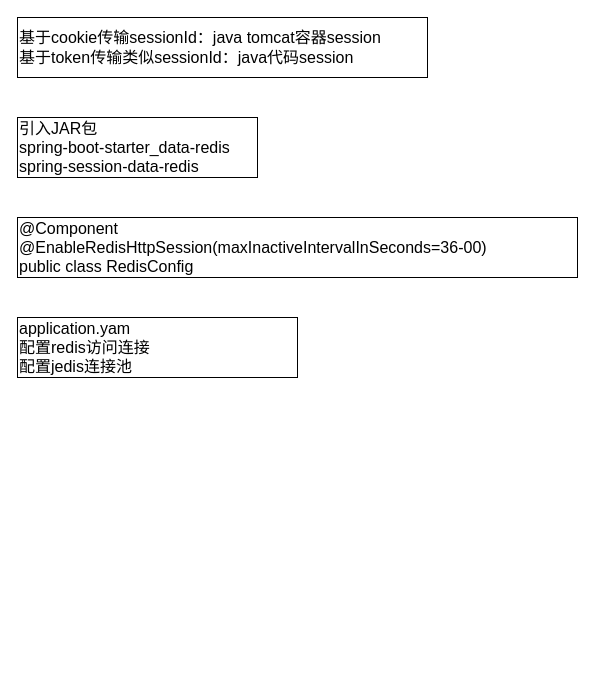
This is 分布式会话.drawio from buff0000/draw.io, a draw.io file, before an edit. Source tidied: cells renumbered, new cells numbered last; positions are measured from the earlier drawing's top-left corner, leaving out a move shared by most shapes. Both pictures are drawn from the tidied source at 100%, with x=0, y=0 at pixel (17, 17).
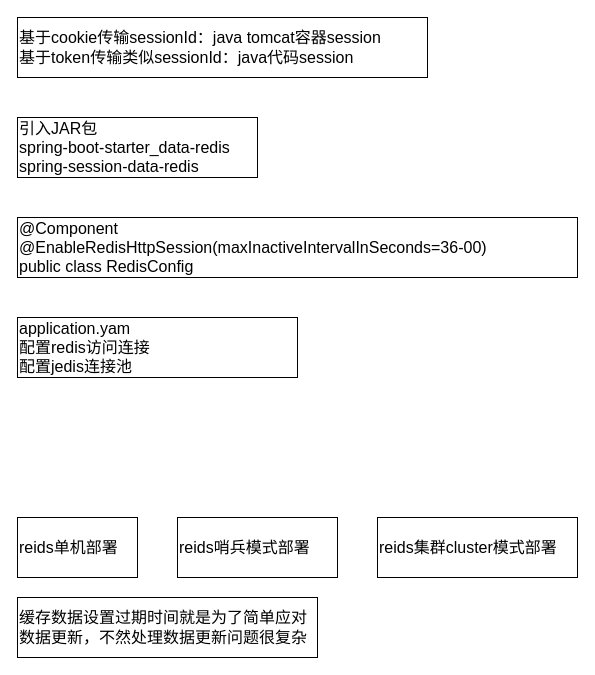
The same diagram, later.

Commit message:
Update 分布式会话.drawio

What changed in the source:
```diff
@@
 <mxGraphModel>
   <root>
     <mxCell id="0" />
     <mxCell id="1" parent="0" />
     <mxCell id="2" value="引入JAR包&lt;br style=&quot;font-size: 16px;&quot;&gt;spring-boot-starter_data-redis&lt;br style=&quot;font-size: 16px;&quot;&gt;spring-session-data-redis" style="rounded=0;whiteSpace=wrap;html=1;fontSize=16;align=left;" parent="1" vertex="1">
       <mxGeometry y="100" width="240" height="60" as="geometry" />
     </mxCell>
     <mxCell id="3" value="@Component&lt;br&gt;@EnableRedisHttpSession(maxInactiveIntervalInSeconds=36-00)&lt;br&gt;public class RedisConfig" style="rounded=0;whiteSpace=wrap;html=1;fontSize=16;align=left;" parent="1" vertex="1">
       <mxGeometry y="200" width="560" height="60" as="geometry" />
     </mxCell>
     <mxCell id="4" value="application.yam&lt;br&gt;配置redis访问连接&lt;br&gt;配置jedis连接池" style="rounded=0;whiteSpace=wrap;html=1;fontSize=16;align=left;" parent="1" vertex="1">
       <mxGeometry y="300" width="280" height="60" as="geometry" />
     </mxCell>
     <mxCell id="5" value="基于cookie传输sessionId：java tomcat容器session&lt;br&gt;基于token传输类似sessionId：java代码session" style="rounded=0;whiteSpace=wrap;html=1;fontSize=16;align=left;" parent="1" vertex="1">
       <mxGeometry width="410" height="60" as="geometry" />
     </mxCell>
+    <mxCell id="6" value="reids单机部署" style="rounded=0;whiteSpace=wrap;html=1;fontSize=16;align=left;" parent="1" vertex="1">
+      <mxGeometry y="500" width="120" height="60" as="geometry" />
+    </mxCell>
+    <mxCell id="7" value="reids哨兵模式部署" style="rounded=0;whiteSpace=wrap;html=1;fontSize=16;align=left;" parent="1" vertex="1">
+      <mxGeometry x="160" y="500" width="160" height="60" as="geometry" />
+    </mxCell>
+    <mxCell id="8" value="reids集群cluster模式部署" style="rounded=0;whiteSpace=wrap;html=1;fontSize=16;align=left;" parent="1" vertex="1">
+      <mxGeometry x="360" y="500" width="200" height="60" as="geometry" />
+    </mxCell>
+    <mxCell id="9" value="缓存数据设置过期时间就是为了简单应对数据更新，不然处理数据更新问题很复杂" style="rounded=0;whiteSpace=wrap;html=1;fontSize=16;align=left;" parent="1" vertex="1">
+      <mxGeometry y="580" width="300" height="60" as="geometry" />
+    </mxCell>
   </root>
 </mxGraphModel>
```
